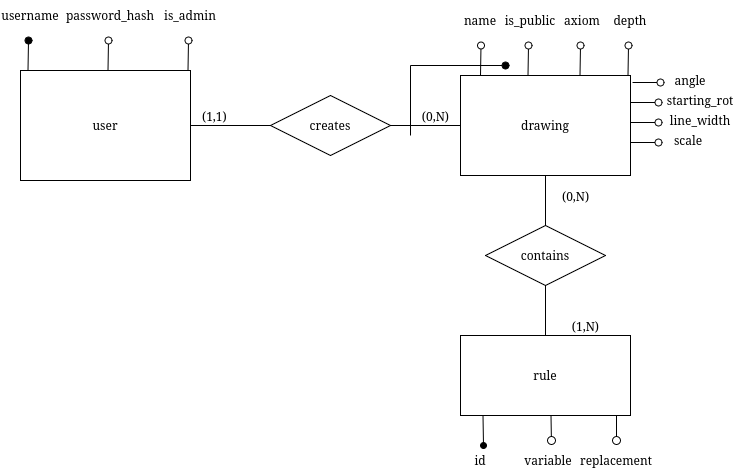
daisydaisyyy/l-system-generator keeps this draw.io diagram as er_diagram.png. Above is the earlier version. Source tidied: cells renumbered, new cells last; positions are measured from the earlier drawing's top-left corner, leaving out a move shared by most shapes.
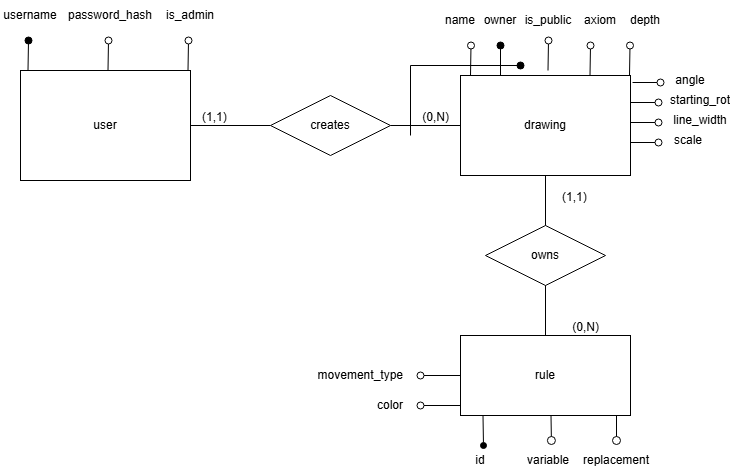
The same diagram one commit later.

What changed in the source:
```diff
@@ -33,17 +33,17 @@
     <mxCell id="10" style="endArrow=none;html=1;rounded=0;entryX=0.5;entryY=0;entryDx=0;entryDy=0;" parent="1" edge="1" source="3" target="9">
       <mxGeometry relative="1" as="geometry" />
     </mxCell>
-    <mxCell id="11" value="(0,N)" style="html=1;whiteSpace=wrap;align=left;verticalAlign=bottom;" parent="10" vertex="1">
+    <mxCell id="11" value="(1,1)" style="html=1;whiteSpace=wrap;align=left;verticalAlign=bottom;" parent="10" vertex="1">
       <mxGeometry x="-1" relative="1" as="geometry">
         <mxPoint x="15" y="30" as="offset" />
       </mxGeometry>
     </mxCell>
-    <mxCell id="12" value="(1,N)" style="html=1;whiteSpace=wrap;align=right;verticalAlign=bottom;" parent="10" vertex="1">
+    <mxCell id="12" value="(0,N)" style="html=1;whiteSpace=wrap;align=right;verticalAlign=bottom;" parent="10" vertex="1">
       <mxGeometry x="1" relative="1" as="geometry">
         <mxPoint x="55" as="offset" />
       </mxGeometry>
     </mxCell>
-    <mxCell id="13" value="contains" style="shape=rhombus;perimeter=rhombusPerimeter;whiteSpace=wrap;html=1;align=center;" parent="1" vertex="1">
+    <mxCell id="13" value="owns" style="shape=rhombus;perimeter=rhombusPerimeter;whiteSpace=wrap;html=1;align=center;" parent="1" vertex="1">
       <mxGeometry x="485" y="225" width="120" height="60" as="geometry" />
     </mxCell>
     <mxCell id="14" style="edgeStyle=orthogonalEdgeStyle;rounded=0;orthogonalLoop=1;jettySize=auto;html=1;exitX=0.25;exitY=1;exitDx=0;exitDy=0;endArrow=circle;endFill=0;endSize=3;" parent="1" edge="1">
@@ -65,7 +65,7 @@
       <mxGeometry x="518" y="445" width="60" height="30" as="geometry" />
     </mxCell>
     <mxCell id="18" value="name" style="text;html=1;whiteSpace=wrap;strokeColor=none;fillColor=none;align=center;verticalAlign=middle;rounded=0;" parent="1" vertex="1">
-      <mxGeometry x="450" y="5" width="60" height="30" as="geometry" />
+      <mxGeometry x="430" y="5" width="60" height="30" as="geometry" />
     </mxCell>
     <mxCell id="19" style="edgeStyle=none;orthogonalLoop=1;jettySize=auto;html=1;rounded=0;endArrow=oval;endFill=1;endSize=7;exitX=0.75;exitY=0;exitDx=0;exitDy=0;" parent="1" edge="1">
       <mxGeometry relative="1" as="geometry">
@@ -94,26 +94,26 @@
     <mxCell id="24" style="edgeStyle=none;orthogonalLoop=1;jettySize=auto;html=1;rounded=0;endArrow=oval;endFill=1;endSize=7;" parent="1" edge="1">
       <mxGeometry relative="1" as="geometry">
         <mxPoint x="410" y="65" as="sourcePoint" />
-        <mxPoint x="505" y="65" as="targetPoint" />
+        <mxPoint x="520" y="65" as="targetPoint" />
       </mxGeometry>
     </mxCell>
     <mxCell id="25" style="edgeStyle=none;orthogonalLoop=1;jettySize=auto;html=1;rounded=0;endArrow=oval;endFill=0;endSize=7;exitX=0.75;exitY=0;exitDx=0;exitDy=0;" parent="1" edge="1">
       <mxGeometry relative="1" as="geometry">
-        <mxPoint x="579.5" y="75" as="sourcePoint" />
-        <mxPoint x="580" y="45" as="targetPoint" />
+        <mxPoint x="589.5" y="75" as="sourcePoint" />
+        <mxPoint x="590" y="45" as="targetPoint" />
       </mxGeometry>
     </mxCell>
     <mxCell id="26" value="axiom" style="text;html=1;whiteSpace=wrap;strokeColor=none;fillColor=none;align=center;verticalAlign=middle;rounded=0;" parent="1" vertex="1">
-      <mxGeometry x="552" y="5" width="60" height="30" as="geometry" />
+      <mxGeometry x="570" y="5" width="60" height="30" as="geometry" />
     </mxCell>
     <mxCell id="27" style="edgeStyle=none;orthogonalLoop=1;jettySize=auto;html=1;rounded=0;endArrow=oval;endFill=0;endSize=7;exitX=0.75;exitY=0;exitDx=0;exitDy=0;" parent="1" edge="1">
       <mxGeometry relative="1" as="geometry">
-        <mxPoint x="627.5" y="75" as="sourcePoint" />
-        <mxPoint x="628" y="45" as="targetPoint" />
+        <mxPoint x="629" y="75" as="sourcePoint" />
+        <mxPoint x="629.5" y="45" as="targetPoint" />
       </mxGeometry>
     </mxCell>
     <mxCell id="28" value="depth" style="text;html=1;whiteSpace=wrap;strokeColor=none;fillColor=none;align=center;verticalAlign=middle;rounded=0;" parent="1" vertex="1">
-      <mxGeometry x="600" y="5" width="60" height="30" as="geometry" />
+      <mxGeometry x="615" y="5" width="60" height="30" as="geometry" />
     </mxCell>
     <mxCell id="29" style="edgeStyle=none;orthogonalLoop=1;jettySize=auto;html=1;rounded=0;endArrow=oval;endFill=0;endSize=7;exitX=1.012;exitY=0.17;exitDx=0;exitDy=0;exitPerimeter=0;" parent="1" edge="1">
       <mxGeometry relative="1" as="geometry">
@@ -153,17 +153,17 @@
     </mxCell>
     <mxCell id="37" style="edgeStyle=none;orthogonalLoop=1;jettySize=auto;html=1;rounded=0;endArrow=oval;endFill=0;endSize=7;exitX=0.75;exitY=0;exitDx=0;exitDy=0;" parent="1" edge="1">
       <mxGeometry relative="1" as="geometry">
-        <mxPoint x="527.5" y="75" as="sourcePoint" />
-        <mxPoint x="528" y="45" as="targetPoint" />
+        <mxPoint x="547.5" y="70" as="sourcePoint" />
+        <mxPoint x="548" y="40" as="targetPoint" />
       </mxGeometry>
     </mxCell>
     <mxCell id="38" value="is_public" style="text;html=1;whiteSpace=wrap;strokeColor=none;fillColor=none;align=center;verticalAlign=middle;rounded=0;" parent="1" vertex="1">
-      <mxGeometry x="500" y="5" width="60" height="30" as="geometry" />
+      <mxGeometry x="518" y="5" width="60" height="30" as="geometry" />
     </mxCell>
     <mxCell id="39" style="edgeStyle=none;orthogonalLoop=1;jettySize=auto;html=1;rounded=0;endArrow=oval;endFill=0;endSize=7;exitX=0.75;exitY=0;exitDx=0;exitDy=0;" parent="1" edge="1">
       <mxGeometry relative="1" as="geometry">
-        <mxPoint x="480" y="75" as="sourcePoint" />
-        <mxPoint x="480.5" y="45" as="targetPoint" />
+        <mxPoint x="470" y="75" as="sourcePoint" />
+        <mxPoint x="470.5" y="45" as="targetPoint" />
       </mxGeometry>
     </mxCell>
     <mxCell id="40" style="edgeStyle=none;orthogonalLoop=1;jettySize=auto;html=1;rounded=0;endArrow=oval;endFill=0;endSize=7;exitX=0.75;exitY=0;exitDx=0;exitDy=0;" parent="1" edge="1">
@@ -184,5 +184,33 @@
     <mxCell id="43" value="id" style="text;html=1;whiteSpace=wrap;strokeColor=none;fillColor=none;align=center;verticalAlign=middle;rounded=0;" parent="1" vertex="1">
       <mxGeometry x="450" y="445" width="60" height="30" as="geometry" />
     </mxCell>
+    <mxCell id="44" style="edgeStyle=orthogonalEdgeStyle;rounded=0;jettySize=auto;html=1;exitX=0;exitY=0.5;exitDx=0;exitDy=0;endArrow=oval;endFill=0;endSize=7;" parent="1" edge="1" source="9">
+      <mxGeometry relative="1" as="geometry">
+        <mxPoint x="420" y="375" as="targetPoint" />
+      </mxGeometry>
+    </mxCell>
+    <mxCell id="45" value="movement_type" style="text;html=1;whiteSpace=wrap;strokeColor=none;fillColor=none;align=right;verticalAlign=middle;rounded=0;" parent="1" vertex="1">
+      <mxGeometry x="315" y="360" width="90" height="30" as="geometry" />
+    </mxCell>
+    <mxCell id="46" style="edgeStyle=orthogonalEdgeStyle;rounded=0;jettySize=auto;html=1;exitX=0;exitY=0.75;exitDx=0;exitDy=0;endArrow=oval;endFill=0;endSize=7;" parent="1" edge="1" source="9">
+      <mxGeometry relative="1" as="geometry">
+        <mxPoint x="420" y="405" as="targetPoint" />
+        <Array as="points">
+          <mxPoint x="460" y="405" />
+        </Array>
+      </mxGeometry>
+    </mxCell>
+    <mxCell id="47" value="color" style="text;html=1;whiteSpace=wrap;strokeColor=none;fillColor=none;align=right;verticalAlign=middle;rounded=0;" parent="1" vertex="1">
+      <mxGeometry x="345" y="390" width="60" height="30" as="geometry" />
+    </mxCell>
+    <mxCell id="48" style="edgeStyle=orthogonalEdgeStyle;rounded=0;orthogonalLoop=1;jettySize=auto;html=1;endArrow=oval;endFill=1;endSize=7;" parent="1" edge="1">
+      <mxGeometry relative="1" as="geometry">
+        <mxPoint x="500" y="75" as="sourcePoint" />
+        <mxPoint x="500" y="45" as="targetPoint" />
+      </mxGeometry>
+    </mxCell>
+    <mxCell id="49" value="owner" style="text;html=1;whiteSpace=wrap;strokeColor=none;fillColor=none;align=center;verticalAlign=middle;rounded=0;" parent="1" vertex="1">
+      <mxGeometry x="470" y="5" width="60" height="30" as="geometry" />
+    </mxCell>
   </root>
 </mxGraphModel>
```
